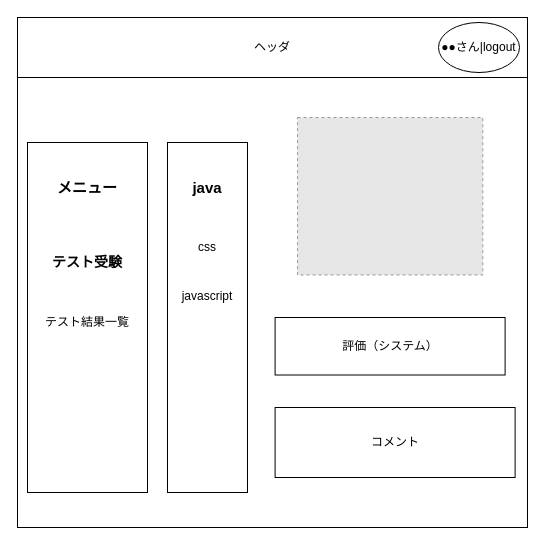
Before: 外部設計DRAWIO/1.1テスト受験一覧画面.drawio in DOJO-2021/A-3, a draw.io diagram. Source tidied: cells renumbered, new cells numbered last; positions are measured from the earlier drawing's top-left corner, leaving out a move shared by most shapes. Both pictures are drawn from the tidied source at 100%, with x=0, y=0 at pixel (17, 17). Pictures stored in the file or linked from it are replaced by grey dashed boxes.
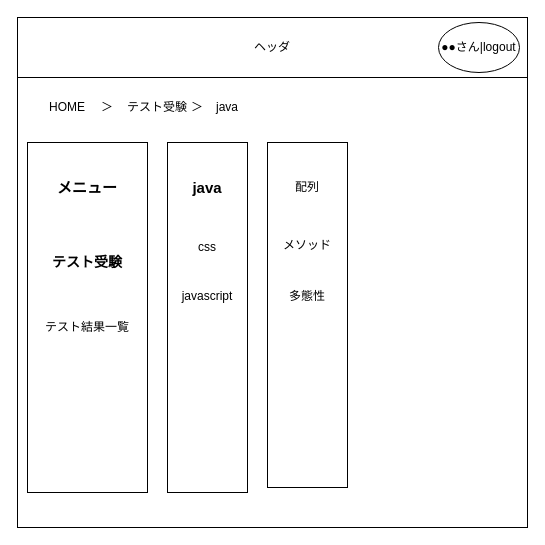
The same diagram, later.

Change to the diagram source:
```diff
@@
     <mxCell id="6" value="テスト結果一覧" style="text;html=1;strokeColor=none;fillColor=none;align=center;verticalAlign=middle;whiteSpace=wrap;rounded=0;" parent="1" vertex="1">
-      <mxGeometry x="10" y="275" width="120" height="60" as="geometry" />
+      <mxGeometry x="10" y="280" width="120" height="60" as="geometry" />
     </mxCell>
-    <mxCell id="7" style="fillColor=#E6E6E6;strokeColor=#999999;dashed=1;verticalLabelPosition=bottom;labelBackgroundColor=#ffffff;verticalAlign=top;" parent="1" vertex="1">
-      <mxGeometry x="280" y="100" width="185.3" height="157.5" as="geometry" />
-    </mxCell>
-    <mxCell id="8" value="コメント" style="rounded=0;whiteSpace=wrap;html=1;fontSize=12;" parent="1" vertex="1">
-      <mxGeometry x="257.6" y="390" width="240" height="70" as="geometry" />
-    </mxCell>
-    <mxCell id="9" value="評価（システム）" style="rounded=0;whiteSpace=wrap;html=1;" parent="1" vertex="1">
-      <mxGeometry x="257.6" y="300" width="230" height="57.5" as="geometry" />
-    </mxCell>
@@
+    <mxCell id="17" style="rounded=0;whiteSpace=wrap;html=1;" parent="1" vertex="1">
+      <mxGeometry x="250" y="125" width="80" height="345" as="geometry" />
+    </mxCell>
+    <mxCell id="18" value="多態性" style="text;html=1;strokeColor=none;fillColor=none;align=center;verticalAlign=middle;whiteSpace=wrap;rounded=0;" parent="1" vertex="1">
+      <mxGeometry x="260" y="266.2" width="60" height="25" as="geometry" />
+    </mxCell>
+    <mxCell id="19" value="配列" style="text;html=1;strokeColor=none;fillColor=none;align=center;verticalAlign=middle;whiteSpace=wrap;rounded=0;" parent="1" vertex="1">
+      <mxGeometry x="260" y="157.5" width="60" height="25" as="geometry" />
+    </mxCell>
+    <mxCell id="20" value="メソッド" style="text;html=1;strokeColor=none;fillColor=none;align=center;verticalAlign=middle;whiteSpace=wrap;rounded=0;" parent="1" vertex="1">
+      <mxGeometry x="260" y="215" width="60" height="25" as="geometry" />
+    </mxCell>
+    <mxCell id="21" value="java" style="text;html=1;strokeColor=none;fillColor=none;align=center;verticalAlign=middle;whiteSpace=wrap;rounded=0;" parent="1" vertex="1">
+      <mxGeometry x="170" y="80" width="80" height="20" as="geometry" />
+    </mxCell>
+    <mxCell id="22" value="テスト受験" style="text;html=1;strokeColor=none;fillColor=none;align=center;verticalAlign=middle;whiteSpace=wrap;rounded=0;" parent="1" vertex="1">
+      <mxGeometry x="100" y="80" width="80" height="20" as="geometry" />
+    </mxCell>
+    <mxCell id="23" value="＞" style="text;html=1;strokeColor=none;fillColor=none;align=center;verticalAlign=middle;whiteSpace=wrap;rounded=0;" parent="1" vertex="1">
+      <mxGeometry x="160" y="80" width="40" height="20" as="geometry" />
+    </mxCell>
+    <mxCell id="24" style="edgeStyle=orthogonalEdgeStyle;rounded=0;orthogonalLoop=1;jettySize=auto;html=1;exitX=0.5;exitY=1;exitDx=0;exitDy=0;" parent="1" edge="1" source="21" target="21">
+      <mxGeometry relative="1" as="geometry" />
+    </mxCell>
+    <mxCell id="25" value="HOME" style="text;html=1;strokeColor=none;fillColor=none;align=center;verticalAlign=middle;whiteSpace=wrap;rounded=0;" parent="1" vertex="1">
+      <mxGeometry x="10" y="80" width="80" height="20" as="geometry" />
+    </mxCell>
+    <mxCell id="26" value="＞" style="text;html=1;strokeColor=none;fillColor=none;align=center;verticalAlign=middle;whiteSpace=wrap;rounded=0;" parent="1" vertex="1">
+      <mxGeometry x="70" y="80" width="40" height="20" as="geometry" />
+    </mxCell>
```
